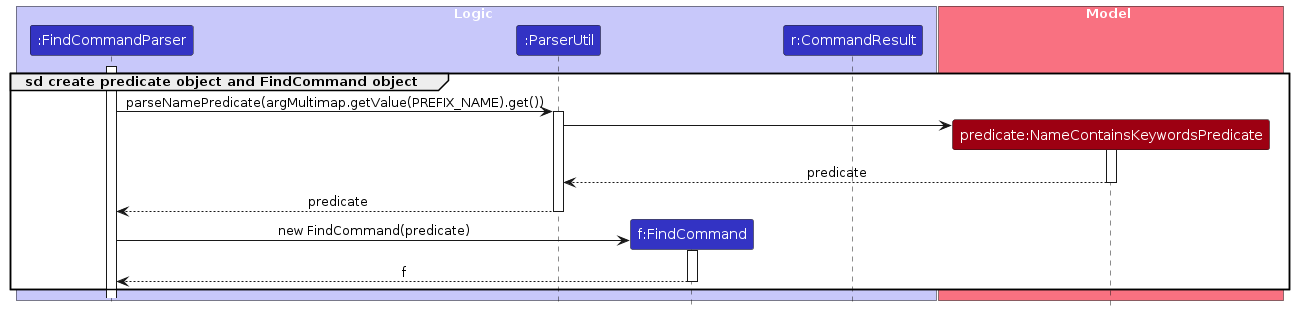
AY2425S1-CS2103T-F09-3/tp keeps this PlantUML diagram as diagrams/FindSequenceDiagramP2.png. Above is the earlier version. Its source is kept beside it as diagrams/FindSequenceDiagramP2.puml. Source of this version:
```plantuml
@startuml
!include style.puml
skinparam ArrowFontStyle plain

box Logic LOGIC_COLOR_T1
participant ":FindCommandParser" as FindCommandParser LOGIC_COLOR
participant ":ParserUtil" as ParserUtil LOGIC_COLOR
participant "f:FindCommand" as FindCommand LOGIC_COLOR
participant "r:CommandResult" as CommandResult LOGIC_COLOR
end box

box Model MODEL_COLOR_T1
participant "predicate:NameContainsKeywordsPredicate" as NameContainsKeywordsPredicate MODEL_COLOR
end box

group sd create predicate object and FindCommand object
    activate FindCommandParser
    FindCommandParser -> ParserUtil : parseNamePredicate(argMultimap.getValue(PREFIX_NAME).get())
    activate ParserUtil

    create NameContainsKeywordsPredicate
    ParserUtil -> NameContainsKeywordsPredicate
    activate NameContainsKeywordsPredicate

    NameContainsKeywordsPredicate --> ParserUtil : predicate
    deactivate NameContainsKeywordsPredicate

    ParserUtil --> FindCommandParser : predicate
    deactivate ParserUtil

    create FindCommand
    FindCommandParser -> FindCommand : new FindCommand(predicate)
    activate FindCommand

    FindCommand --> FindCommandParser : f
    deactivate FindCommand
end

@enduml
```
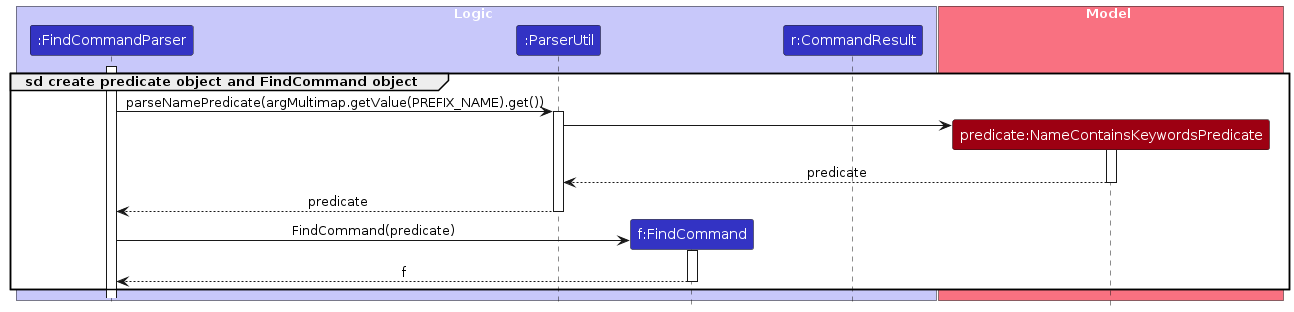
The same diagram one commit later.

What changed in the source:
```diff
@@ -29,7 +29,7 @@
     deactivate ParserUtil
 
     create FindCommand
-    FindCommandParser -> FindCommand : new FindCommand(predicate)
+    FindCommandParser -> FindCommand : FindCommand(predicate)
     activate FindCommand
 
     FindCommand --> FindCommandParser : f
```
